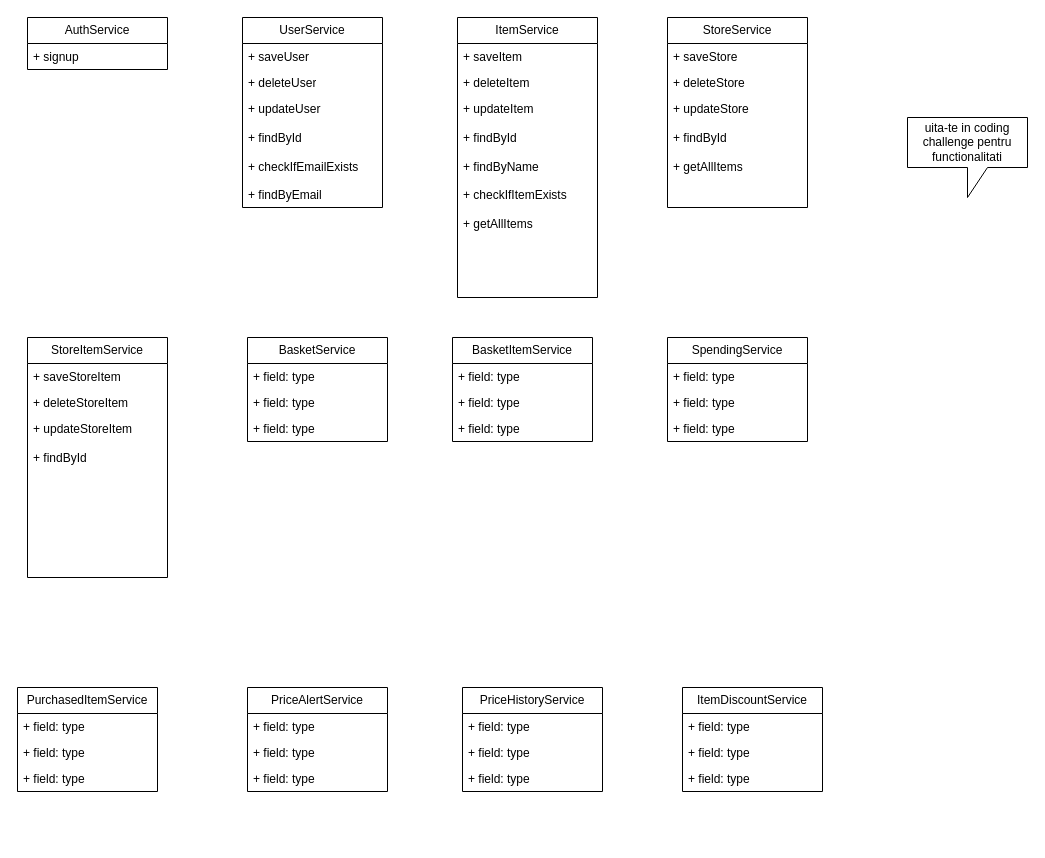
Earlier version of the draw.io diagram diagrams/service diagram.drawio (GabiMoldovan/Accesa-Coding-Challenge). Source tidied: cells renumbered, new cells numbered last; positions are measured from the earlier drawing's top-left corner, leaving out a move shared by most shapes. Both pictures are drawn from the tidied source at 100%, with x=0, y=0 at pixel (17, 17).
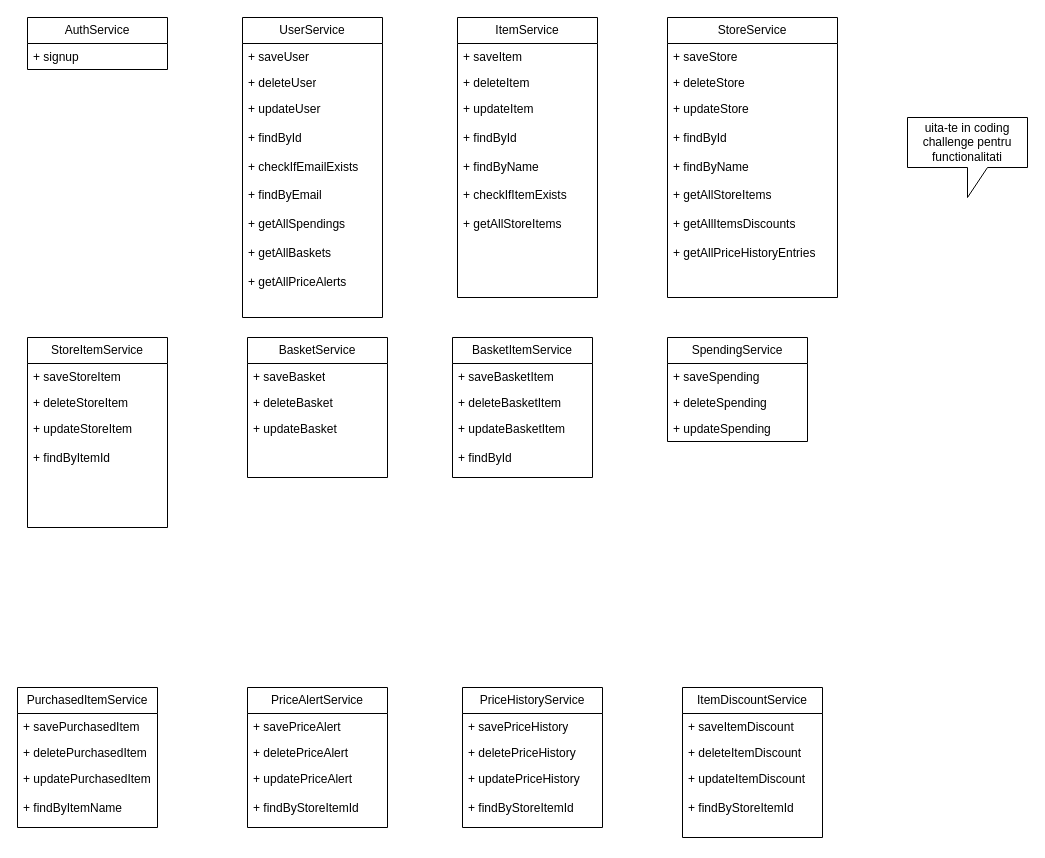
The same page after the edit.

Unchanged cells that the change refers to:
```xml
<mxCell id="8" value="ItemService" style="swimlane;fontStyle=0;horizontal=1;startSize=26;fillColor=none;whiteSpace=wrap;html=1;" parent="1" vertex="1">
  <mxGeometry x="440" width="140" height="280" as="geometry" />
</mxCell>
<mxCell id="24" value="SpendingService" style="swimlane;fontStyle=0;horizontal=1;startSize=26;fillColor=none;whiteSpace=wrap;html=1;" parent="1" vertex="1">
  <mxGeometry x="650" y="320" width="140" height="104" as="geometry" />
</mxCell>
```

Change to the diagram source:
```diff
@@
     <mxCell id="4" value="UserService" style="swimlane;fontStyle=0;horizontal=1;startSize=26;fillColor=none;whiteSpace=wrap;html=1;" parent="1" vertex="1">
-      <mxGeometry x="225" width="140" height="190" as="geometry" />
+      <mxGeometry x="225" width="140" height="300" as="geometry" />
     </mxCell>
@@
-    <mxCell id="7" value="+ updateUser&lt;div&gt;&lt;br&gt;&lt;/div&gt;&lt;div&gt;+ findById&lt;/div&gt;&lt;div&gt;&lt;br&gt;&lt;/div&gt;&lt;div&gt;+ checkIfEmailExists&lt;/div&gt;&lt;div&gt;&lt;br&gt;&lt;/div&gt;&lt;div&gt;+ findByEmail&lt;/div&gt;" style="text;strokeColor=none;fillColor=none;align=left;verticalAlign=top;spacingLeft=4;spacingRight=4;overflow=hidden;whiteSpace=wrap;html=1;" parent="4" vertex="1">
-      <mxGeometry y="78" width="140" height="112" as="geometry" />
+    <mxCell id="7" value="+ updateUser&lt;div&gt;&lt;br&gt;&lt;/div&gt;&lt;div&gt;+ findById&lt;/div&gt;&lt;div&gt;&lt;br&gt;&lt;/div&gt;&lt;div&gt;+ checkIfEmailExists&lt;/div&gt;&lt;div&gt;&lt;br&gt;&lt;/div&gt;&lt;div&gt;+ findByEmail&lt;/div&gt;&lt;div&gt;&lt;br&gt;&lt;/div&gt;&lt;div&gt;+ getAllSpendings&lt;/div&gt;&lt;div&gt;&lt;br&gt;&lt;/div&gt;&lt;div&gt;+ getAllBaskets&lt;/div&gt;&lt;div&gt;&lt;br&gt;&lt;/div&gt;&lt;div&gt;+ getAllPriceAlerts&lt;/div&gt;&lt;div&gt;&lt;br&gt;&lt;/div&gt;" style="text;strokeColor=none;fillColor=none;align=left;verticalAlign=top;spacingLeft=4;spacingRight=4;overflow=hidden;whiteSpace=wrap;html=1;" parent="4" vertex="1">
+      <mxGeometry y="78" width="140" height="222" as="geometry" />
     </mxCell>
@@
-    <mxCell id="11" value="+ updateItem&lt;div&gt;&lt;br&gt;&lt;div&gt;+ findById&lt;/div&gt;&lt;/div&gt;&lt;div&gt;&lt;br&gt;&lt;/div&gt;&lt;div&gt;+ findByName&lt;/div&gt;&lt;div&gt;&lt;br&gt;&lt;/div&gt;&lt;div&gt;+ checkIfItemExists&lt;/div&gt;&lt;div&gt;&lt;br&gt;&lt;/div&gt;&lt;div&gt;+ getAllItems&lt;/div&gt;" style="text;strokeColor=none;fillColor=none;align=left;verticalAlign=top;spacingLeft=4;spacingRight=4;overflow=hidden;whiteSpace=wrap;html=1;" parent="8" vertex="1">
+    <mxCell id="11" value="+ updateItem&lt;div&gt;&lt;br&gt;&lt;div&gt;+ findById&lt;/div&gt;&lt;/div&gt;&lt;div&gt;&lt;br&gt;&lt;/div&gt;&lt;div&gt;+ findByName&lt;/div&gt;&lt;div&gt;&lt;br&gt;&lt;/div&gt;&lt;div&gt;+ checkIfItemExists&lt;/div&gt;&lt;div&gt;&lt;br&gt;&lt;/div&gt;&lt;div&gt;+ getAllStoreItems&lt;/div&gt;" style="text;strokeColor=none;fillColor=none;align=left;verticalAlign=top;spacingLeft=4;spacingRight=4;overflow=hidden;whiteSpace=wrap;html=1;" parent="8" vertex="1">
       <mxGeometry y="78" width="140" height="202" as="geometry" />
     </mxCell>
     <mxCell id="12" value="StoreService" style="swimlane;fontStyle=0;horizontal=1;startSize=26;fillColor=none;whiteSpace=wrap;html=1;" parent="1" vertex="1">
-      <mxGeometry x="650" width="140" height="190" as="geometry" />
+      <mxGeometry x="650" width="170" height="280" as="geometry" />
     </mxCell>
     <mxCell id="13" value="+ saveStore" style="text;strokeColor=none;fillColor=none;align=left;verticalAlign=top;spacingLeft=4;spacingRight=4;overflow=hidden;whiteSpace=wrap;html=1;" parent="12" vertex="1">
-      <mxGeometry y="26" width="140" height="26" as="geometry" />
+      <mxGeometry y="26" width="170" height="26" as="geometry" />
     </mxCell>
     <mxCell id="14" value="+ deleteStore" style="text;strokeColor=none;fillColor=none;align=left;verticalAlign=top;spacingLeft=4;spacingRight=4;overflow=hidden;whiteSpace=wrap;html=1;" parent="12" vertex="1">
-      <mxGeometry y="52" width="140" height="26" as="geometry" />
+      <mxGeometry y="52" width="170" height="26" as="geometry" />
     </mxCell>
-    <mxCell id="15" value="+ updateStore&lt;div&gt;&lt;br&gt;&lt;/div&gt;&lt;div&gt;+ findById&lt;/div&gt;&lt;div&gt;&lt;br&gt;&lt;/div&gt;&lt;div&gt;+ getAllItems&lt;/div&gt;" style="text;strokeColor=none;fillColor=none;align=left;verticalAlign=top;spacingLeft=4;spacingRight=4;overflow=hidden;whiteSpace=wrap;html=1;" parent="12" vertex="1">
-      <mxGeometry y="78" width="140" height="112" as="geometry" />
+    <mxCell id="15" value="+ updateStore&lt;div&gt;&lt;br&gt;&lt;/div&gt;&lt;div&gt;+ findById&lt;/div&gt;&lt;div&gt;&lt;br&gt;&lt;/div&gt;&lt;div&gt;+ findByName&lt;/div&gt;&lt;div&gt;&lt;br&gt;&lt;/div&gt;&lt;div&gt;+ getAllStoreItems&lt;/div&gt;&lt;div&gt;&lt;br&gt;&lt;/div&gt;&lt;div&gt;+ getAllItemsDiscounts&lt;/div&gt;&lt;div&gt;&lt;br&gt;&lt;/div&gt;&lt;div&gt;+ getAllPriceHistoryEntries&lt;/div&gt;" style="text;strokeColor=none;fillColor=none;align=left;verticalAlign=top;spacingLeft=4;spacingRight=4;overflow=hidden;whiteSpace=wrap;html=1;" parent="12" vertex="1">
+      <mxGeometry y="78" width="170" height="202" as="geometry" />
     </mxCell>
     <mxCell id="16" value="BasketService" style="swimlane;fontStyle=0;horizontal=1;startSize=26;fillColor=none;whiteSpace=wrap;html=1;" parent="1" vertex="1">
-      <mxGeometry x="230" y="320" width="140" height="104" as="geometry" />
+      <mxGeometry x="230" y="320" width="140" height="140" as="geometry" />
     </mxCell>
-    <mxCell id="17" value="+ field: type" style="text;strokeColor=none;fillColor=none;align=left;verticalAlign=top;spacingLeft=4;spacingRight=4;overflow=hidden;whiteSpace=wrap;html=1;" parent="16" vertex="1">
+    <mxCell id="17" value="+ saveBasket" style="text;strokeColor=none;fillColor=none;align=left;verticalAlign=top;spacingLeft=4;spacingRight=4;overflow=hidden;whiteSpace=wrap;html=1;" parent="16" vertex="1">
       <mxGeometry y="26" width="140" height="26" as="geometry" />
     </mxCell>
-    <mxCell id="18" value="+ field: type" style="text;strokeColor=none;fillColor=none;align=left;verticalAlign=top;spacingLeft=4;spacingRight=4;overflow=hidden;whiteSpace=wrap;html=1;" parent="16" vertex="1">
+    <mxCell id="18" value="+ deleteBasket" style="text;strokeColor=none;fillColor=none;align=left;verticalAlign=top;spacingLeft=4;spacingRight=4;overflow=hidden;whiteSpace=wrap;html=1;" parent="16" vertex="1">
       <mxGeometry y="52" width="140" height="26" as="geometry" />
     </mxCell>
-    <mxCell id="19" value="+ field: type" style="text;strokeColor=none;fillColor=none;align=left;verticalAlign=top;spacingLeft=4;spacingRight=4;overflow=hidden;whiteSpace=wrap;html=1;" parent="16" vertex="1">
-      <mxGeometry y="78" width="140" height="26" as="geometry" />
+    <mxCell id="19" value="+ updateBasket&lt;div&gt;&lt;br&gt;&lt;/div&gt;" style="text;strokeColor=none;fillColor=none;align=left;verticalAlign=top;spacingLeft=4;spacingRight=4;overflow=hidden;whiteSpace=wrap;html=1;" parent="16" vertex="1">
+      <mxGeometry y="78" width="140" height="62" as="geometry" />
     </mxCell>
     <mxCell id="20" value="BasketItemService" style="swimlane;fontStyle=0;horizontal=1;startSize=26;fillColor=none;whiteSpace=wrap;html=1;" parent="1" vertex="1">
-      <mxGeometry x="435" y="320" width="140" height="104" as="geometry" />
+      <mxGeometry x="435" y="320" width="140" height="140" as="geometry" />
     </mxCell>
-    <mxCell id="21" value="+ field: type" style="text;strokeColor=none;fillColor=none;align=left;verticalAlign=top;spacingLeft=4;spacingRight=4;overflow=hidden;whiteSpace=wrap;html=1;" parent="20" vertex="1">
+    <mxCell id="21" value="+ saveBasketItem" style="text;strokeColor=none;fillColor=none;align=left;verticalAlign=top;spacingLeft=4;spacingRight=4;overflow=hidden;whiteSpace=wrap;html=1;" parent="20" vertex="1">
       <mxGeometry y="26" width="140" height="26" as="geometry" />
     </mxCell>
-    <mxCell id="22" value="+ field: type" style="text;strokeColor=none;fillColor=none;align=left;verticalAlign=top;spacingLeft=4;spacingRight=4;overflow=hidden;whiteSpace=wrap;html=1;" parent="20" vertex="1">
+    <mxCell id="22" value="+ deleteBasketItem" style="text;strokeColor=none;fillColor=none;align=left;verticalAlign=top;spacingLeft=4;spacingRight=4;overflow=hidden;whiteSpace=wrap;html=1;" parent="20" vertex="1">
       <mxGeometry y="52" width="140" height="26" as="geometry" />
     </mxCell>
-    <mxCell id="23" value="+ field: type" style="text;strokeColor=none;fillColor=none;align=left;verticalAlign=top;spacingLeft=4;spacingRight=4;overflow=hidden;whiteSpace=wrap;html=1;" parent="20" vertex="1">
-      <mxGeometry y="78" width="140" height="26" as="geometry" />
+    <mxCell id="23" value="+ updateBasketItem&lt;div&gt;&lt;br&gt;&lt;/div&gt;&lt;div&gt;+ findById&lt;/div&gt;" style="text;strokeColor=none;fillColor=none;align=left;verticalAlign=top;spacingLeft=4;spacingRight=4;overflow=hidden;whiteSpace=wrap;html=1;" parent="20" vertex="1">
+      <mxGeometry y="78" width="140" height="62" as="geometry" />
     </mxCell>
@@
-    <mxCell id="25" value="+ field: type" style="text;strokeColor=none;fillColor=none;align=left;verticalAlign=top;spacingLeft=4;spacingRight=4;overflow=hidden;whiteSpace=wrap;html=1;" parent="24" vertex="1">
+    <mxCell id="25" value="+ saveSpending" style="text;strokeColor=none;fillColor=none;align=left;verticalAlign=top;spacingLeft=4;spacingRight=4;overflow=hidden;whiteSpace=wrap;html=1;" parent="24" vertex="1">
       <mxGeometry y="26" width="140" height="26" as="geometry" />
     </mxCell>
-    <mxCell id="26" value="+ field: type" style="text;strokeColor=none;fillColor=none;align=left;verticalAlign=top;spacingLeft=4;spacingRight=4;overflow=hidden;whiteSpace=wrap;html=1;" parent="24" vertex="1">
+    <mxCell id="26" value="+ deleteSpending" style="text;strokeColor=none;fillColor=none;align=left;verticalAlign=top;spacingLeft=4;spacingRight=4;overflow=hidden;whiteSpace=wrap;html=1;" parent="24" vertex="1">
       <mxGeometry y="52" width="140" height="26" as="geometry" />
     </mxCell>
-    <mxCell id="27" value="+ field: type" style="text;strokeColor=none;fillColor=none;align=left;verticalAlign=top;spacingLeft=4;spacingRight=4;overflow=hidden;whiteSpace=wrap;html=1;" parent="24" vertex="1">
+    <mxCell id="27" value="+ updateSpending" style="text;strokeColor=none;fillColor=none;align=left;verticalAlign=top;spacingLeft=4;spacingRight=4;overflow=hidden;whiteSpace=wrap;html=1;" parent="24" vertex="1">
       <mxGeometry y="78" width="140" height="26" as="geometry" />
     </mxCell>
     <mxCell id="28" value="StoreItemService" style="swimlane;fontStyle=0;horizontal=1;startSize=26;fillColor=none;whiteSpace=wrap;html=1;" parent="1" vertex="1">
-      <mxGeometry x="10" y="320" width="140" height="240" as="geometry" />
+      <mxGeometry x="10" y="320" width="140" height="190" as="geometry" />
     </mxCell>
@@
-    <mxCell id="31" value="+ updateStoreItem&lt;div&gt;&lt;br&gt;&lt;/div&gt;&lt;div&gt;+ findById&lt;/div&gt;" style="text;strokeColor=none;fillColor=none;align=left;verticalAlign=top;spacingLeft=4;spacingRight=4;overflow=hidden;whiteSpace=wrap;html=1;" parent="28" vertex="1">
-      <mxGeometry y="78" width="140" height="162" as="geometry" />
+    <mxCell id="31" value="+ updateStoreItem&lt;div&gt;&lt;br&gt;&lt;/div&gt;&lt;div&gt;+ findByItemId&lt;/div&gt;&lt;div&gt;&lt;br&gt;&lt;/div&gt;&lt;div&gt;&lt;br&gt;&lt;/div&gt;" style="text;strokeColor=none;fillColor=none;align=left;verticalAlign=top;spacingLeft=4;spacingRight=4;overflow=hidden;whiteSpace=wrap;html=1;" parent="28" vertex="1">
+      <mxGeometry y="78" width="140" height="112" as="geometry" />
     </mxCell>
     <mxCell id="32" value="ItemDiscountService" style="swimlane;fontStyle=0;horizontal=1;startSize=26;fillColor=none;whiteSpace=wrap;html=1;" parent="1" vertex="1">
-      <mxGeometry x="665" y="670" width="140" height="104" as="geometry" />
+      <mxGeometry x="665" y="670" width="140" height="150" as="geometry" />
     </mxCell>
-    <mxCell id="33" value="+ field: type" style="text;strokeColor=none;fillColor=none;align=left;verticalAlign=top;spacingLeft=4;spacingRight=4;overflow=hidden;whiteSpace=wrap;html=1;" parent="32" vertex="1">
+    <mxCell id="33" value="+ saveItemDiscount" style="text;strokeColor=none;fillColor=none;align=left;verticalAlign=top;spacingLeft=4;spacingRight=4;overflow=hidden;whiteSpace=wrap;html=1;" parent="32" vertex="1">
       <mxGeometry y="26" width="140" height="26" as="geometry" />
     </mxCell>
-    <mxCell id="34" value="+ field: type" style="text;strokeColor=none;fillColor=none;align=left;verticalAlign=top;spacingLeft=4;spacingRight=4;overflow=hidden;whiteSpace=wrap;html=1;" parent="32" vertex="1">
+    <mxCell id="34" value="+ deleteItemDiscount" style="text;strokeColor=none;fillColor=none;align=left;verticalAlign=top;spacingLeft=4;spacingRight=4;overflow=hidden;whiteSpace=wrap;html=1;" parent="32" vertex="1">
       <mxGeometry y="52" width="140" height="26" as="geometry" />
     </mxCell>
-    <mxCell id="35" value="+ field: type" style="text;strokeColor=none;fillColor=none;align=left;verticalAlign=top;spacingLeft=4;spacingRight=4;overflow=hidden;whiteSpace=wrap;html=1;" parent="32" vertex="1">
-      <mxGeometry y="78" width="140" height="26" as="geometry" />
+    <mxCell id="35" value="+ updateItemDiscount&lt;div&gt;&lt;br&gt;&lt;/div&gt;&lt;div&gt;+ findByStoreItemId&lt;/div&gt;" style="text;strokeColor=none;fillColor=none;align=left;verticalAlign=top;spacingLeft=4;spacingRight=4;overflow=hidden;whiteSpace=wrap;html=1;" parent="32" vertex="1">
+      <mxGeometry y="78" width="140" height="72" as="geometry" />
     </mxCell>
     <mxCell id="36" value="PriceAlertService" style="swimlane;fontStyle=0;horizontal=1;startSize=26;fillColor=none;whiteSpace=wrap;html=1;" parent="1" vertex="1">
-      <mxGeometry x="230" y="670" width="140" height="104" as="geometry" />
+      <mxGeometry x="230" y="670" width="140" height="140" as="geometry" />
     </mxCell>
-    <mxCell id="37" value="+ field: type" style="text;strokeColor=none;fillColor=none;align=left;verticalAlign=top;spacingLeft=4;spacingRight=4;overflow=hidden;whiteSpace=wrap;html=1;" parent="36" vertex="1">
+    <mxCell id="37" value="+ savePriceAlert" style="text;strokeColor=none;fillColor=none;align=left;verticalAlign=top;spacingLeft=4;spacingRight=4;overflow=hidden;whiteSpace=wrap;html=1;" parent="36" vertex="1">
       <mxGeometry y="26" width="140" height="26" as="geometry" />
     </mxCell>
-    <mxCell id="38" value="+ field: type" style="text;strokeColor=none;fillColor=none;align=left;verticalAlign=top;spacingLeft=4;spacingRight=4;overflow=hidden;whiteSpace=wrap;html=1;" parent="36" vertex="1">
+    <mxCell id="38" value="+ deletePriceAlert" style="text;strokeColor=none;fillColor=none;align=left;verticalAlign=top;spacingLeft=4;spacingRight=4;overflow=hidden;whiteSpace=wrap;html=1;" parent="36" vertex="1">
       <mxGeometry y="52" width="140" height="26" as="geometry" />
     </mxCell>
-    <mxCell id="39" value="+ field: type" style="text;strokeColor=none;fillColor=none;align=left;verticalAlign=top;spacingLeft=4;spacingRight=4;overflow=hidden;whiteSpace=wrap;html=1;" parent="36" vertex="1">
-      <mxGeometry y="78" width="140" height="26" as="geometry" />
+    <mxCell id="39" value="+ updatePriceAlert&lt;div&gt;&lt;br&gt;&lt;/div&gt;&lt;div&gt;+ findByStoreItemId&lt;/div&gt;" style="text;strokeColor=none;fillColor=none;align=left;verticalAlign=top;spacingLeft=4;spacingRight=4;overflow=hidden;whiteSpace=wrap;html=1;" parent="36" vertex="1">
+      <mxGeometry y="78" width="140" height="62" as="geometry" />
     </mxCell>
     <mxCell id="40" value="PriceHistoryService" style="swimlane;fontStyle=0;horizontal=1;startSize=26;fillColor=none;whiteSpace=wrap;html=1;" parent="1" vertex="1">
-      <mxGeometry x="445" y="670" width="140" height="104" as="geometry" />
+      <mxGeometry x="445" y="670" width="140" height="140" as="geometry" />
     </mxCell>
-    <mxCell id="41" value="+ field: type" style="text;strokeColor=none;fillColor=none;align=left;verticalAlign=top;spacingLeft=4;spacingRight=4;overflow=hidden;whiteSpace=wrap;html=1;" parent="40" vertex="1">
+    <mxCell id="41" value="+ savePriceHistory" style="text;strokeColor=none;fillColor=none;align=left;verticalAlign=top;spacingLeft=4;spacingRight=4;overflow=hidden;whiteSpace=wrap;html=1;" parent="40" vertex="1">
       <mxGeometry y="26" width="140" height="26" as="geometry" />
     </mxCell>
-    <mxCell id="42" value="+ field: type" style="text;strokeColor=none;fillColor=none;align=left;verticalAlign=top;spacingLeft=4;spacingRight=4;overflow=hidden;whiteSpace=wrap;html=1;" parent="40" vertex="1">
+    <mxCell id="42" value="+ deletePriceHistory" style="text;strokeColor=none;fillColor=none;align=left;verticalAlign=top;spacingLeft=4;spacingRight=4;overflow=hidden;whiteSpace=wrap;html=1;" parent="40" vertex="1">
       <mxGeometry y="52" width="140" height="26" as="geometry" />
     </mxCell>
-    <mxCell id="43" value="+ field: type" style="text;strokeColor=none;fillColor=none;align=left;verticalAlign=top;spacingLeft=4;spacingRight=4;overflow=hidden;whiteSpace=wrap;html=1;" parent="40" vertex="1">
-      <mxGeometry y="78" width="140" height="26" as="geometry" />
+    <mxCell id="43" value="+ updatePriceHistory&lt;div&gt;&lt;br&gt;&lt;/div&gt;&lt;div&gt;+ findByStoreItemId&lt;/div&gt;" style="text;strokeColor=none;fillColor=none;align=left;verticalAlign=top;spacingLeft=4;spacingRight=4;overflow=hidden;whiteSpace=wrap;html=1;" parent="40" vertex="1">
+      <mxGeometry y="78" width="140" height="62" as="geometry" />
     </mxCell>
     <mxCell id="44" value="PurchasedItemService" style="swimlane;fontStyle=0;horizontal=1;startSize=26;fillColor=none;whiteSpace=wrap;html=1;" parent="1" vertex="1">
-      <mxGeometry y="670" width="140" height="104" as="geometry" />
+      <mxGeometry y="670" width="140" height="140" as="geometry" />
     </mxCell>
-    <mxCell id="45" value="+ field: type" style="text;strokeColor=none;fillColor=none;align=left;verticalAlign=top;spacingLeft=4;spacingRight=4;overflow=hidden;whiteSpace=wrap;html=1;" parent="44" vertex="1">
+    <mxCell id="45" value="+ savePurchasedItem" style="text;strokeColor=none;fillColor=none;align=left;verticalAlign=top;spacingLeft=4;spacingRight=4;overflow=hidden;whiteSpace=wrap;html=1;" parent="44" vertex="1">
       <mxGeometry y="26" width="140" height="26" as="geometry" />
     </mxCell>
-    <mxCell id="46" value="+ field: type" style="text;strokeColor=none;fillColor=none;align=left;verticalAlign=top;spacingLeft=4;spacingRight=4;overflow=hidden;whiteSpace=wrap;html=1;" parent="44" vertex="1">
+    <mxCell id="46" value="+ deletePurchasedItem" style="text;strokeColor=none;fillColor=none;align=left;verticalAlign=top;spacingLeft=4;spacingRight=4;overflow=hidden;whiteSpace=wrap;html=1;" parent="44" vertex="1">
       <mxGeometry y="52" width="140" height="26" as="geometry" />
     </mxCell>
-    <mxCell id="47" value="+ field: type" style="text;strokeColor=none;fillColor=none;align=left;verticalAlign=top;spacingLeft=4;spacingRight=4;overflow=hidden;whiteSpace=wrap;html=1;" parent="44" vertex="1">
-      <mxGeometry y="78" width="140" height="26" as="geometry" />
+    <mxCell id="47" value="+ updatePurchasedItem&lt;div&gt;&lt;br&gt;&lt;/div&gt;&lt;div&gt;+ findByItemName&lt;/div&gt;" style="text;strokeColor=none;fillColor=none;align=left;verticalAlign=top;spacingLeft=4;spacingRight=4;overflow=hidden;whiteSpace=wrap;html=1;" parent="44" vertex="1">
+      <mxGeometry y="78" width="140" height="62" as="geometry" />
     </mxCell>
```
